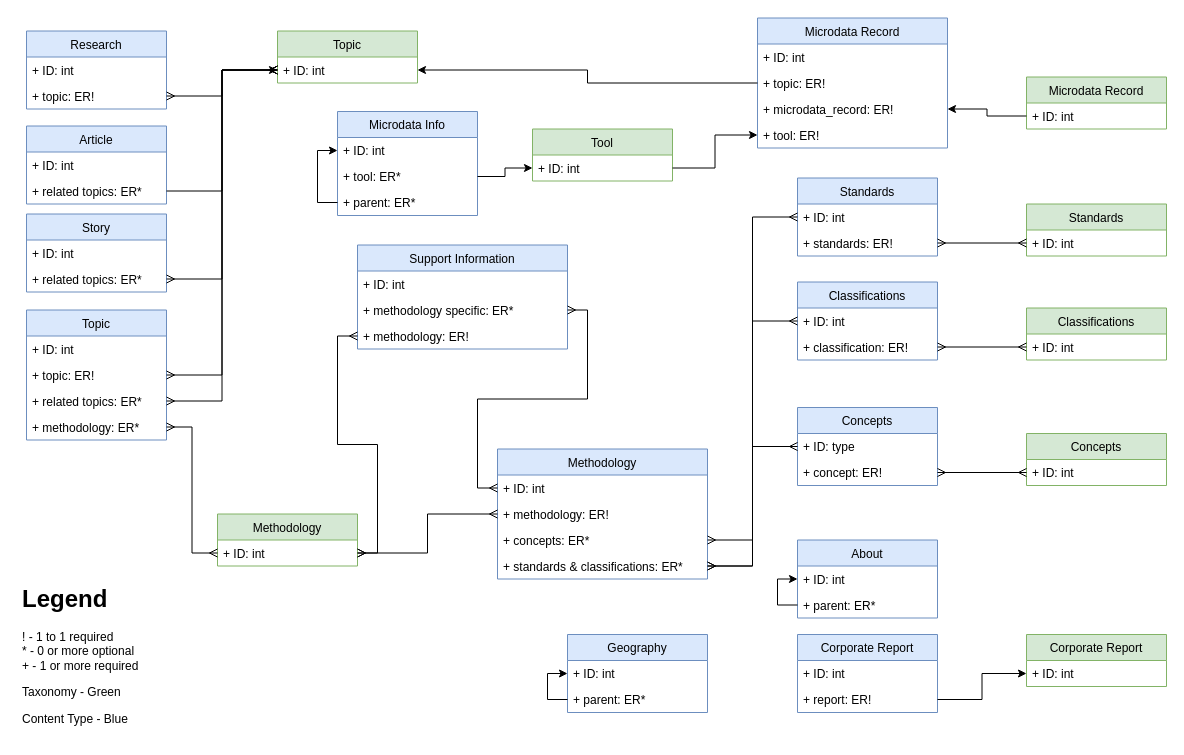
rhys-mcguckin/d8-features keeps this draw.io diagram as Untitled Diagram.drawio. Above is the earlier version. Source tidied: cells renumbered, new cells numbered last; positions are measured from the earlier drawing's top-left corner, leaving out a move shared by most shapes. Both pictures are drawn from the tidied source at 100%, with x=0, y=0 at pixel (17, 17).
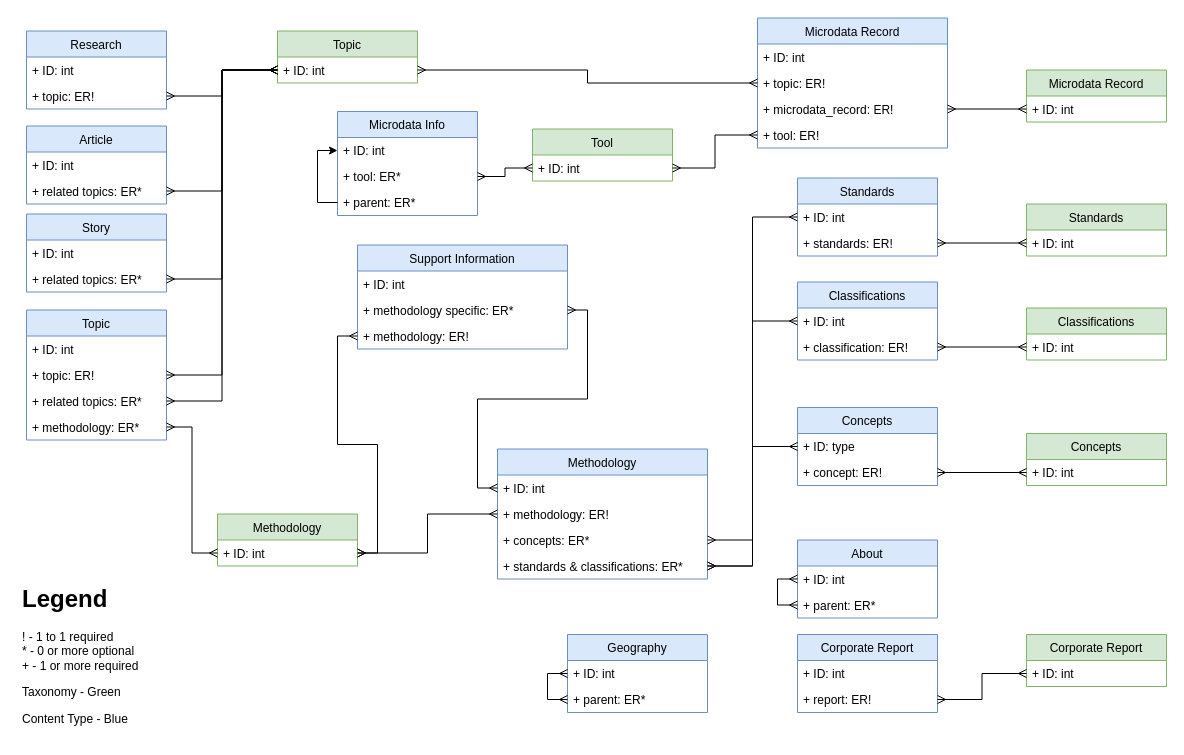
The same diagram, later.

The change refers to these unchanged cells:
```xml
<mxCell id="3" value="+ ID: int" style="text;strokeColor=none;fillColor=none;align=left;verticalAlign=top;spacingLeft=4;spacingRight=4;overflow=hidden;points=[[0,0.5],[1,0.5]];portConstraint=eastwest;" parent="2" vertex="1">
  <mxGeometry y="26" width="140" height="26" as="geometry" />
</mxCell>
<mxCell id="56" value="About" style="swimlane;fontStyle=0;horizontal=1;startSize=26;fillColor=#dae8fc;strokeColor=#6c8ebf;" parent="1" vertex="1">
  <mxGeometry x="780" y="522.5" width="140" height="78" as="geometry" />
</mxCell>
<mxCell id="57" value="+ ID: int" style="text;strokeColor=none;fillColor=none;align=left;verticalAlign=top;spacingLeft=4;spacingRight=4;overflow=hidden;points=[[0,0.5],[1,0.5]];portConstraint=eastwest;" parent="56" vertex="1">
  <mxGeometry y="26" width="140" height="26" as="geometry" />
</mxCell>
<mxCell id="59" value="+ parent: ER*" style="text;strokeColor=none;fillColor=none;align=left;verticalAlign=top;spacingLeft=4;spacingRight=4;overflow=hidden;points=[[0,0.5],[1,0.5]];portConstraint=eastwest;" parent="56" vertex="1">
  <mxGeometry y="52" width="140" height="26" as="geometry" />
</mxCell>
<mxCell id="62" value="+ topic: ER!" style="text;strokeColor=none;fillColor=none;align=left;verticalAlign=top;spacingLeft=4;spacingRight=4;overflow=hidden;points=[[0,0.5],[1,0.5]];portConstraint=eastwest;" parent="60" vertex="1">
  <mxGeometry y="52" width="190" height="26" as="geometry" />
</mxCell>
<mxCell id="63" value="+ microdata_record: ER!" style="text;strokeColor=none;fillColor=none;align=left;verticalAlign=top;spacingLeft=4;spacingRight=4;overflow=hidden;points=[[0,0.5],[1,0.5]];portConstraint=eastwest;" parent="60" vertex="1">
  <mxGeometry y="78" width="190" height="26" as="geometry" />
</mxCell>
<mxCell id="64" value="+ tool: ER!" style="text;strokeColor=none;fillColor=none;align=left;verticalAlign=top;spacingLeft=4;spacingRight=4;overflow=hidden;points=[[0,0.5],[1,0.5]];portConstraint=eastwest;" parent="60" vertex="1">
  <mxGeometry y="104" width="190" height="26" as="geometry" />
</mxCell>
<mxCell id="66" value="+ ID: int" style="text;strokeColor=none;fillColor=none;align=left;verticalAlign=top;spacingLeft=4;spacingRight=4;overflow=hidden;points=[[0,0.5],[1,0.5]];portConstraint=eastwest;" parent="65" vertex="1">
  <mxGeometry y="26" width="140" height="26" as="geometry" />
</mxCell>
<mxCell id="70" value="+ tool: ER*" style="text;strokeColor=none;fillColor=none;align=left;verticalAlign=top;spacingLeft=4;spacingRight=4;overflow=hidden;points=[[0,0.5],[1,0.5]];portConstraint=eastwest;" parent="68" vertex="1">
  <mxGeometry y="52" width="140" height="26" as="geometry" />
</mxCell>
<mxCell id="75" value="+ ID: int" style="text;strokeColor=none;fillColor=none;align=left;verticalAlign=top;spacingLeft=4;spacingRight=4;overflow=hidden;points=[[0,0.5],[1,0.5]];portConstraint=eastwest;" parent="74" vertex="1">
  <mxGeometry y="26" width="140" height="26" as="geometry" />
</mxCell>
<mxCell id="80" value="+ related topics: ER*" style="text;strokeColor=none;fillColor=none;align=left;verticalAlign=top;spacingLeft=4;spacingRight=4;overflow=hidden;points=[[0,0.5],[1,0.5]];portConstraint=eastwest;" parent="78" vertex="1">
  <mxGeometry y="52" width="140" height="26" as="geometry" />
</mxCell>
<mxCell id="84" value="+ report: ER!" style="text;strokeColor=none;fillColor=none;align=left;verticalAlign=top;spacingLeft=4;spacingRight=4;overflow=hidden;points=[[0,0.5],[1,0.5]];portConstraint=eastwest;" parent="82" vertex="1">
  <mxGeometry y="52" width="140" height="26" as="geometry" />
</mxCell>
<mxCell id="86" value="+ ID: int" style="text;strokeColor=none;fillColor=none;align=left;verticalAlign=top;spacingLeft=4;spacingRight=4;overflow=hidden;points=[[0,0.5],[1,0.5]];portConstraint=eastwest;" parent="85" vertex="1">
  <mxGeometry y="26" width="140" height="26" as="geometry" />
</mxCell>
<mxCell id="88" value="Geography" style="swimlane;fontStyle=0;horizontal=1;startSize=26;fillColor=#dae8fc;strokeColor=#6c8ebf;" parent="1" vertex="1">
  <mxGeometry x="550" y="617" width="140" height="78" as="geometry" />
</mxCell>
<mxCell id="89" value="+ ID: int" style="text;strokeColor=none;fillColor=none;align=left;verticalAlign=top;spacingLeft=4;spacingRight=4;overflow=hidden;points=[[0,0.5],[1,0.5]];portConstraint=eastwest;" parent="88" vertex="1">
  <mxGeometry y="26" width="140" height="26" as="geometry" />
</mxCell>
<mxCell id="91" value="+ parent: ER*" style="text;strokeColor=none;fillColor=none;align=left;verticalAlign=top;spacingLeft=4;spacingRight=4;overflow=hidden;points=[[0,0.5],[1,0.5]];portConstraint=eastwest;" parent="88" vertex="1">
  <mxGeometry y="52" width="140" height="26" as="geometry" />
</mxCell>
```

What changed in the source:
```diff
@@
-    <mxCell id="58" style="edgeStyle=orthogonalEdgeStyle;rounded=0;jettySize=auto;html=1;entryX=0;entryY=0.5;entryDx=0;entryDy=0;" parent="56" edge="1" source="59" target="57">
+    <mxCell id="58" style="edgeStyle=orthogonalEdgeStyle;rounded=0;jettySize=auto;html=1;entryX=0;entryY=0.5;entryDx=0;entryDy=0;startArrow=ERmany;startFill=0;endArrow=ERmany;endFill=0;" parent="56" edge="1" source="59" target="57">
       <mxGeometry relative="1" as="geometry" />
     </mxCell>
@@
     <mxCell id="65" value="Microdata Record" style="swimlane;fontStyle=0;horizontal=1;startSize=26;fillColor=#d5e8d4;strokeColor=#82b366;" parent="1" vertex="1">
-      <mxGeometry x="1009" y="59.5" width="140" height="52" as="geometry" />
+      <mxGeometry x="1009" y="52.5" width="140" height="52" as="geometry" />
     </mxCell>
@@
-    <mxCell id="67" style="edgeStyle=orthogonalEdgeStyle;rounded=0;jettySize=auto;html=1;entryX=1;entryY=0.5;entryDx=0;entryDy=0;" parent="1" edge="1" source="62" target="3">
+    <mxCell id="67" style="edgeStyle=orthogonalEdgeStyle;rounded=0;jettySize=auto;html=1;entryX=1;entryY=0.5;entryDx=0;entryDy=0;startArrow=ERmany;startFill=0;endArrow=ERmany;endFill=0;" parent="1" edge="1" source="62" target="3">
       <mxGeometry relative="1" as="geometry" />
     </mxCell>
@@
-    <mxCell id="73" style="edgeStyle=orthogonalEdgeStyle;rounded=0;jettySize=auto;html=1;" parent="1" edge="1" source="66" target="63">
+    <mxCell id="73" style="edgeStyle=orthogonalEdgeStyle;rounded=0;jettySize=auto;html=1;startArrow=ERmany;startFill=0;endArrow=ERmany;endFill=0;" parent="1" edge="1" source="66" target="63">
       <mxGeometry relative="1" as="geometry" />
     </mxCell>
@@
-    <mxCell id="76" style="edgeStyle=orthogonalEdgeStyle;rounded=0;jettySize=auto;html=1;" parent="1" edge="1" source="75" target="64">
+    <mxCell id="76" style="edgeStyle=orthogonalEdgeStyle;rounded=0;jettySize=auto;html=1;startArrow=ERmany;startFill=0;endArrow=ERmany;endFill=0;" parent="1" edge="1" source="75" target="64">
       <mxGeometry relative="1" as="geometry" />
     </mxCell>
-    <mxCell id="77" style="edgeStyle=orthogonalEdgeStyle;rounded=0;jettySize=auto;html=1;" parent="1" edge="1" source="70" target="75">
+    <mxCell id="77" style="edgeStyle=orthogonalEdgeStyle;rounded=0;jettySize=auto;html=1;startArrow=ERmany;startFill=0;endArrow=ERmany;endFill=0;" parent="1" edge="1" source="70" target="75">
       <mxGeometry relative="1" as="geometry" />
     </mxCell>
@@
-    <mxCell id="81" style="edgeStyle=orthogonalEdgeStyle;rounded=0;jettySize=auto;html=1;" parent="1" edge="1" source="80" target="3">
+    <mxCell id="81" style="edgeStyle=orthogonalEdgeStyle;rounded=0;jettySize=auto;html=1;startArrow=ERmany;startFill=0;endArrow=ERmany;endFill=0;" parent="1" edge="1" source="80" target="3">
       <mxGeometry relative="1" as="geometry" />
     </mxCell>
@@
-    <mxCell id="87" style="edgeStyle=orthogonalEdgeStyle;rounded=0;jettySize=auto;html=1;" parent="1" edge="1" source="84" target="86">
+    <mxCell id="87" style="edgeStyle=orthogonalEdgeStyle;rounded=0;jettySize=auto;html=1;startArrow=ERmany;startFill=0;endArrow=ERmany;endFill=0;" parent="1" edge="1" source="84" target="86">
       <mxGeometry relative="1" as="geometry" />
     </mxCell>
@@
-    <mxCell id="90" style="edgeStyle=orthogonalEdgeStyle;rounded=0;jettySize=auto;html=1;entryX=0;entryY=0.5;entryDx=0;entryDy=0;" parent="88" edge="1" source="91" target="89">
+    <mxCell id="90" style="edgeStyle=orthogonalEdgeStyle;rounded=0;jettySize=auto;html=1;entryX=0;entryY=0.5;entryDx=0;entryDy=0;startArrow=ERmany;startFill=0;endArrow=ERmany;endFill=0;" parent="88" edge="1" source="91" target="89">
       <mxGeometry relative="1" as="geometry" />
     </mxCell>
```
